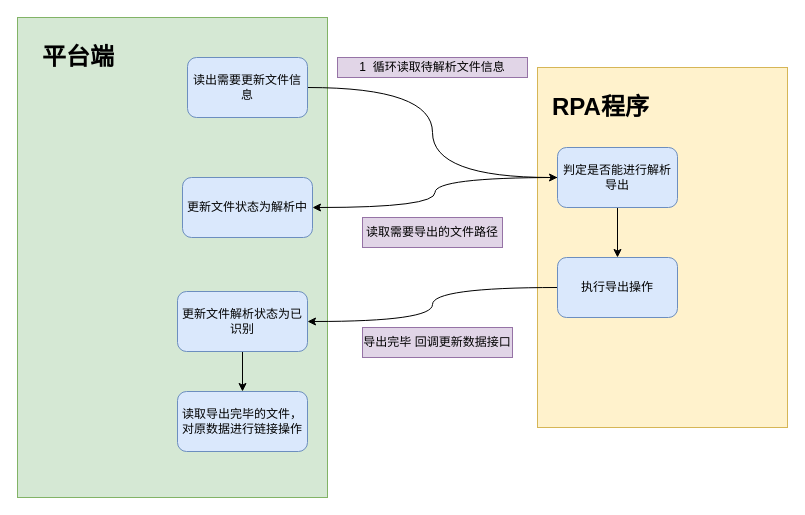
Above: draw.io/按键精灵流程图.drawio in KeatonLi/pictures (draw.io), before the change. Source tidied: cells renumbered, new cells numbered last; positions are measured from the earlier drawing's top-left corner, leaving out a move shared by most shapes. Both pictures are drawn from the tidied source at 100%, with x=0, y=0 at pixel (17, 17).
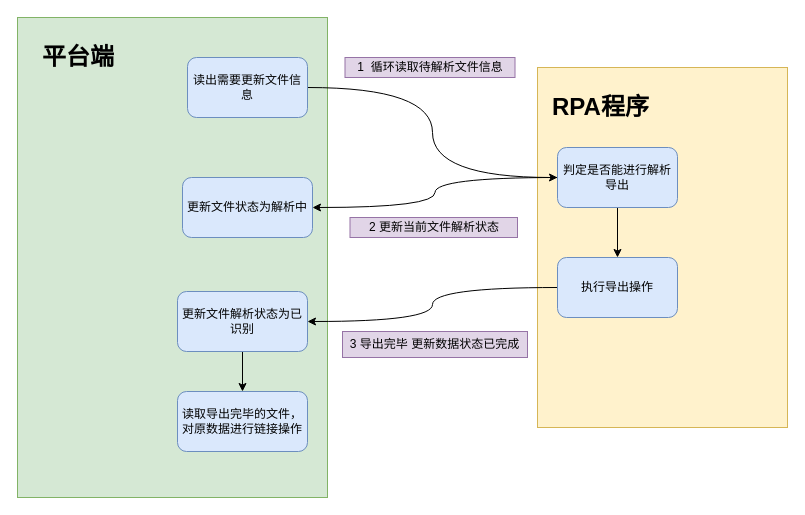
After the change.

Commit message (it also covers changes not shown here):
更新按键精灵流程图.drawio

What changed in the source:
```diff
@@
 <mxGraphModel>
   <root>
     <mxCell id="0" />
     <mxCell id="1" parent="0" />
     <mxCell id="2" style="rounded=0;whiteSpace=wrap;html=1;fillColor=#d5e8d4;strokeColor=#82b366;" parent="1" vertex="1">
       <mxGeometry width="310" height="480" as="geometry" />
     </mxCell>
     <mxCell id="3" style="rounded=0;whiteSpace=wrap;html=1;fillColor=#fff2cc;strokeColor=#d6b656;" parent="1" vertex="1">
       <mxGeometry x="520" y="50" width="250" height="360" as="geometry" />
     </mxCell>
     <mxCell id="4" style="edgeStyle=orthogonalEdgeStyle;jettySize=auto;html=1;entryX=1;entryY=0.5;entryDx=0;entryDy=0;curved=1;exitX=0;exitY=0.5;exitDx=0;exitDy=0;" parent="1" edge="1" source="18" target="8">
       <mxGeometry relative="1" as="geometry" />
     </mxCell>
     <mxCell id="5" style="edgeStyle=orthogonalEdgeStyle;jettySize=auto;html=1;entryX=0;entryY=0.5;entryDx=0;entryDy=0;curved=1;exitX=1;exitY=0.5;exitDx=0;exitDy=0;" parent="1" edge="1" source="6" target="16">
       <mxGeometry relative="1" as="geometry" />
     </mxCell>
     <mxCell id="6" value="读出需要更新文件信息" style="rounded=1;whiteSpace=wrap;html=1;fillColor=#dae8fc;strokeColor=#6c8ebf;" parent="1" vertex="1">
       <mxGeometry x="170" y="40" width="120" height="60" as="geometry" />
     </mxCell>
     <mxCell id="7" style="edgeStyle=orthogonalEdgeStyle;rounded=0;jettySize=auto;html=1;entryX=0.5;entryY=0;entryDx=0;entryDy=0;" parent="1" edge="1" source="8" target="12">
       <mxGeometry relative="1" as="geometry" />
     </mxCell>
     <mxCell id="8" value="更新文件解析状态为已识别" style="rounded=1;whiteSpace=wrap;html=1;fillColor=#dae8fc;strokeColor=#6c8ebf;" parent="1" vertex="1">
       <mxGeometry x="160" y="274" width="130" height="60" as="geometry" />
     </mxCell>
     <mxCell id="9" value="1&amp;nbsp; 循环读取待解析文件信息" style="rounded=0;whiteSpace=wrap;html=1;fillColor=#e1d5e7;strokeColor=#9673a6;" parent="1" vertex="1">
-      <mxGeometry x="320" y="40" width="190" height="20" as="geometry" />
+      <mxGeometry x="327.5" y="40" width="170" height="20" as="geometry" />
     </mxCell>
     <mxCell id="10" value="&lt;h1&gt;平台端&lt;/h1&gt;" style="text;html=1;strokeColor=none;fillColor=none;spacing=5;spacingTop=-20;whiteSpace=wrap;overflow=hidden;rounded=0;" parent="1" vertex="1">
       <mxGeometry x="20" y="20" width="190" height="120" as="geometry" />
     </mxCell>
-    <mxCell id="11" value="导出完毕 回调更新数据接口" style="rounded=0;whiteSpace=wrap;html=1;fillColor=#e1d5e7;strokeColor=#9673a6;" parent="1" vertex="1">
-      <mxGeometry x="345" y="310" width="150" height="30" as="geometry" />
+    <mxCell id="11" value="3 导出完毕 更新数据状态已完成" style="rounded=0;whiteSpace=wrap;html=1;fillColor=#e1d5e7;strokeColor=#9673a6;" parent="1" vertex="1">
+      <mxGeometry x="325" y="314" width="185" height="26" as="geometry" />
     </mxCell>
     <mxCell id="12" value="读取导出完毕的文件，对原数据进行链接操作" style="rounded=1;whiteSpace=wrap;html=1;fillColor=#dae8fc;strokeColor=#6c8ebf;" parent="1" vertex="1">
       <mxGeometry x="160" y="374" width="130" height="60" as="geometry" />
     </mxCell>
     <mxCell id="13" value="&lt;h1&gt;RPA程序&lt;/h1&gt;" style="text;html=1;strokeColor=none;fillColor=none;spacing=5;spacingTop=-20;whiteSpace=wrap;overflow=hidden;rounded=0;" parent="1" vertex="1">
       <mxGeometry x="530" y="70" width="190" height="120" as="geometry" />
     </mxCell>
     <mxCell id="14" style="edgeStyle=orthogonalEdgeStyle;jettySize=auto;html=1;entryX=1;entryY=0.5;entryDx=0;entryDy=0;curved=1;" parent="1" edge="1" source="16" target="17">
       <mxGeometry relative="1" as="geometry" />
     </mxCell>
     <mxCell id="15" style="edgeStyle=orthogonalEdgeStyle;rounded=0;jettySize=auto;html=1;entryX=0.5;entryY=0;entryDx=0;entryDy=0;" parent="1" edge="1" source="16" target="18">
       <mxGeometry relative="1" as="geometry" />
     </mxCell>
     <mxCell id="16" value="判定是否能进行解析导出" style="rounded=1;whiteSpace=wrap;html=1;fillColor=#dae8fc;strokeColor=#6c8ebf;" parent="1" vertex="1">
       <mxGeometry x="540" y="130" width="120" height="60" as="geometry" />
     </mxCell>
     <mxCell id="17" value="更新文件状态为解析中" style="rounded=1;whiteSpace=wrap;html=1;fillColor=#dae8fc;strokeColor=#6c8ebf;" parent="1" vertex="1">
       <mxGeometry x="165" y="160" width="130" height="60" as="geometry" />
     </mxCell>
     <mxCell id="18" value="执行导出操作" style="rounded=1;whiteSpace=wrap;html=1;fillColor=#dae8fc;strokeColor=#6c8ebf;" parent="1" vertex="1">
       <mxGeometry x="540" y="240" width="120" height="60" as="geometry" />
     </mxCell>
-    <mxCell id="19" value="读取需要导出的文件路径" style="rounded=0;whiteSpace=wrap;html=1;fillColor=#e1d5e7;strokeColor=#9673a6;" parent="1" vertex="1">
-      <mxGeometry x="345" y="200" width="140" height="30" as="geometry" />
+    <mxCell id="19" value="2 更新当前文件解析状态" style="rounded=0;whiteSpace=wrap;html=1;fillColor=#e1d5e7;strokeColor=#9673a6;" parent="1" vertex="1">
+      <mxGeometry x="332.5" y="200" width="167.5" height="20" as="geometry" />
     </mxCell>
   </root>
 </mxGraphModel>
```
